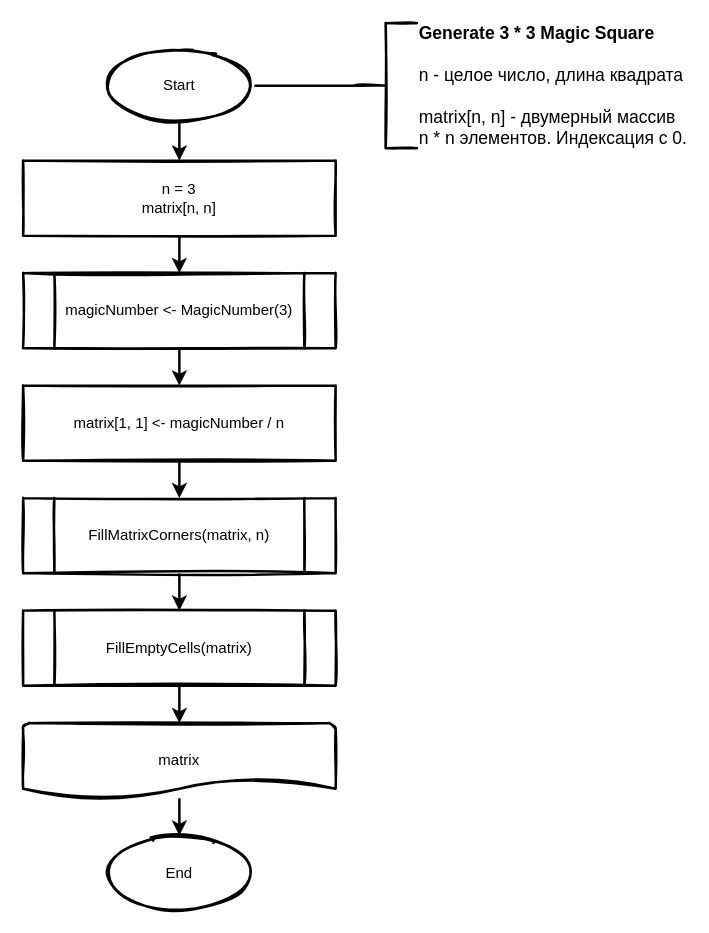
Before: page "Generate3By3Square" (1 of 9) of AAP/homework/Untitled Diagram.drawio in nikitakaralius/University, a draw.io diagram. Source tidied: cells renumbered, new cells numbered last; positions are measured from the earlier drawing's top-left corner, leaving out a move shared by most shapes. Both pictures are drawn from the tidied source at 125%, with x=0, y=0 at pixel (22, 22).
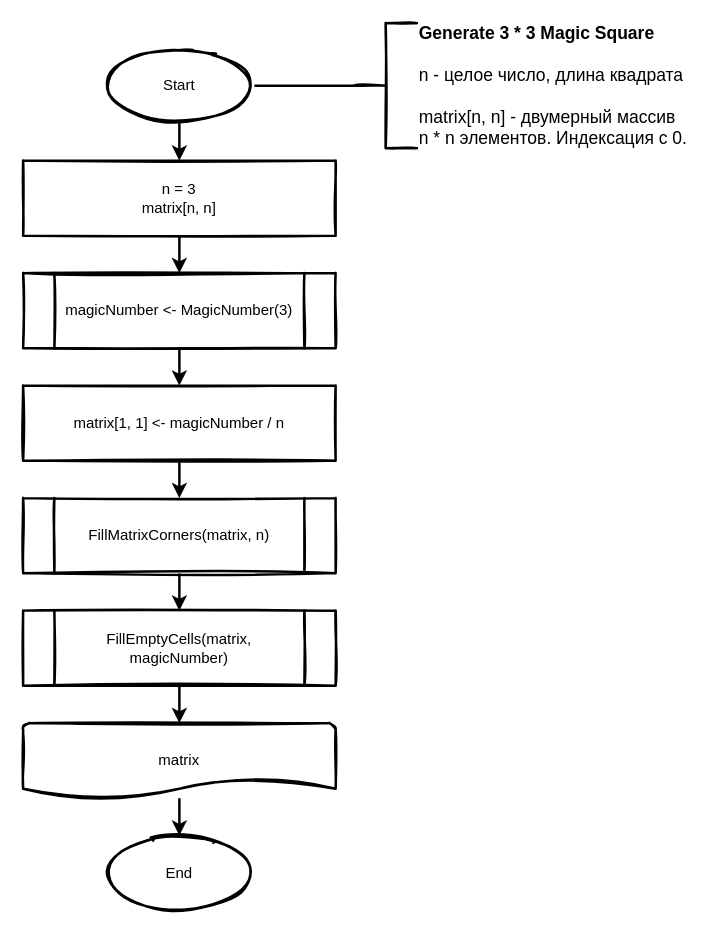
The same diagram, later.

The edit, as a diff of the source:
```diff
@@
 <mxGraphModel>
   <root>
     <mxCell id="0" />
     <mxCell id="1" parent="0" />
     <mxCell id="2" style="edgeStyle=orthogonalEdgeStyle;jettySize=auto;html=1;entryX=0;entryY=0.5;entryDx=0;entryDy=0;entryPerimeter=0;endArrow=none;endFill=0;strokeWidth=2;curved=1;" parent="1" edge="1" source="4" target="18">
       <mxGeometry relative="1" as="geometry" />
     </mxCell>
     <mxCell id="3" style="edgeStyle=orthogonalEdgeStyle;curved=1;jettySize=auto;html=1;entryX=0.5;entryY=0;entryDx=0;entryDy=0;strokeWidth=2;endArrow=classic;endFill=1;" parent="1" edge="1" source="4" target="8">
       <mxGeometry relative="1" as="geometry" />
     </mxCell>
     <mxCell id="4" value="Start" style="ellipse;whiteSpace=wrap;html=1;sketch=1;strokeWidth=2;" parent="1" vertex="1">
       <mxGeometry x="65" y="20" width="120" height="60" as="geometry" />
     </mxCell>
     <mxCell id="5" style="edgeStyle=orthogonalEdgeStyle;curved=1;jettySize=auto;html=1;entryX=0.5;entryY=0;entryDx=0;entryDy=0;strokeWidth=2;endArrow=classic;endFill=1;" parent="1" edge="1" source="6" target="10">
       <mxGeometry relative="1" as="geometry" />
     </mxCell>
     <mxCell id="6" value="magicNumber &amp;lt;- MagicNumber(3)" style="shape=process;whiteSpace=wrap;html=1;backgroundOutline=1;sketch=1;strokeWidth=2;" parent="1" vertex="1">
       <mxGeometry y="200" width="250" height="60" as="geometry" />
     </mxCell>
     <mxCell id="7" style="edgeStyle=orthogonalEdgeStyle;curved=1;jettySize=auto;html=1;entryX=0.5;entryY=0;entryDx=0;entryDy=0;strokeWidth=2;endArrow=classic;endFill=1;" parent="1" edge="1" source="8" target="6">
       <mxGeometry relative="1" as="geometry" />
     </mxCell>
     <mxCell id="8" value="n = 3&lt;br&gt;matrix[n, n]" style="rounded=0;whiteSpace=wrap;html=1;sketch=1;strokeWidth=2;" parent="1" vertex="1">
       <mxGeometry y="110" width="250" height="60" as="geometry" />
     </mxCell>
     <mxCell id="9" style="edgeStyle=orthogonalEdgeStyle;curved=1;jettySize=auto;html=1;entryX=0.5;entryY=0;entryDx=0;entryDy=0;strokeWidth=2;endArrow=classic;endFill=1;" parent="1" edge="1" source="10" target="12">
       <mxGeometry relative="1" as="geometry" />
     </mxCell>
     <mxCell id="10" value="matrix[1, 1] &amp;lt;- magicNumber / n" style="whiteSpace=wrap;html=1;sketch=1;strokeWidth=2;" parent="1" vertex="1">
       <mxGeometry y="290" width="250" height="60" as="geometry" />
     </mxCell>
     <mxCell id="11" style="edgeStyle=orthogonalEdgeStyle;curved=1;jettySize=auto;html=1;strokeWidth=2;endArrow=classic;endFill=1;" parent="1" edge="1" source="12" target="14">
       <mxGeometry relative="1" as="geometry" />
     </mxCell>
     <mxCell id="12" value="FillMatrixCorners(matrix, n)" style="shape=process;whiteSpace=wrap;html=1;backgroundOutline=1;sketch=1;strokeWidth=2;" parent="1" vertex="1">
       <mxGeometry y="380" width="250" height="60" as="geometry" />
     </mxCell>
     <mxCell id="13" style="edgeStyle=orthogonalEdgeStyle;curved=1;jettySize=auto;html=1;strokeWidth=2;endArrow=classic;endFill=1;" parent="1" edge="1" source="14" target="17">
       <mxGeometry relative="1" as="geometry" />
     </mxCell>
-    <mxCell id="14" value="FillEmptyCells(matrix)" style="shape=process;whiteSpace=wrap;html=1;backgroundOutline=1;sketch=1;strokeWidth=2;" parent="1" vertex="1">
+    <mxCell id="14" value="FillEmptyCells(matrix, magicNumber)" style="shape=process;whiteSpace=wrap;html=1;backgroundOutline=1;sketch=1;strokeWidth=2;" parent="1" vertex="1">
       <mxGeometry y="470" width="250" height="60" as="geometry" />
     </mxCell>
     <mxCell id="15" value="End" style="ellipse;whiteSpace=wrap;html=1;sketch=1;strokeWidth=2;" parent="1" vertex="1">
       <mxGeometry x="65" y="650" width="120" height="60" as="geometry" />
     </mxCell>
     <mxCell id="16" style="edgeStyle=orthogonalEdgeStyle;curved=1;jettySize=auto;html=1;strokeWidth=2;endArrow=classic;endFill=1;" parent="1" edge="1" source="17" target="15">
       <mxGeometry relative="1" as="geometry" />
     </mxCell>
     <mxCell id="17" value="matrix" style="strokeWidth=2;html=1;shape=mxgraph.flowchart.document2;whiteSpace=wrap;size=0.25;sketch=1;" parent="1" vertex="1">
       <mxGeometry y="560" width="250" height="60" as="geometry" />
     </mxCell>
     <mxCell id="18" value="&lt;font style=&quot;font-size: 14px;&quot;&gt;&lt;b&gt;Generate 3 * 3 Magic Square&lt;/b&gt;&lt;br&gt;&lt;br&gt;n - целое число, длина квадрата&lt;br&gt;&lt;br&gt;matrix[n, n] - двумерный массив&lt;br&gt;n * n элементов. Индексация с 0.&lt;/font&gt;" style="strokeWidth=2;html=1;shape=mxgraph.flowchart.annotation_2;align=left;labelPosition=right;sketch=1;" parent="1" vertex="1">
       <mxGeometry x="265" width="50" height="100" as="geometry" />
     </mxCell>
   </root>
 </mxGraphModel>
```
